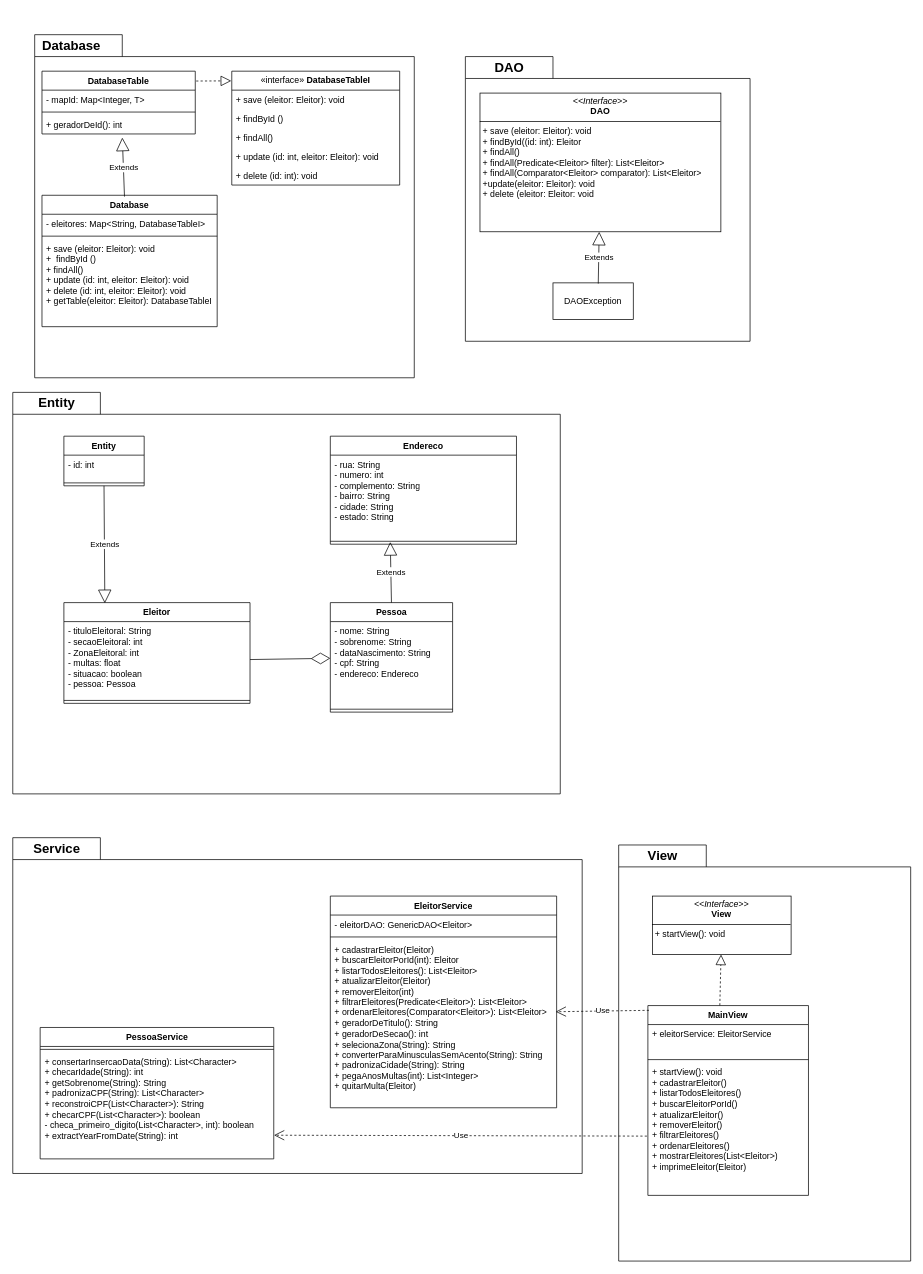
This is Diagrama sem nome.drawio from fseabra93/proj_final_LP2, a draw.io file, before an edit. Source tidied: cells renumbered, new cells numbered last; positions are measured from the earlier drawing's top-left corner, leaving out a move shared by most shapes. Both pictures are drawn from the tidied source at 73%, with x=0, y=0 at pixel (12, 34).
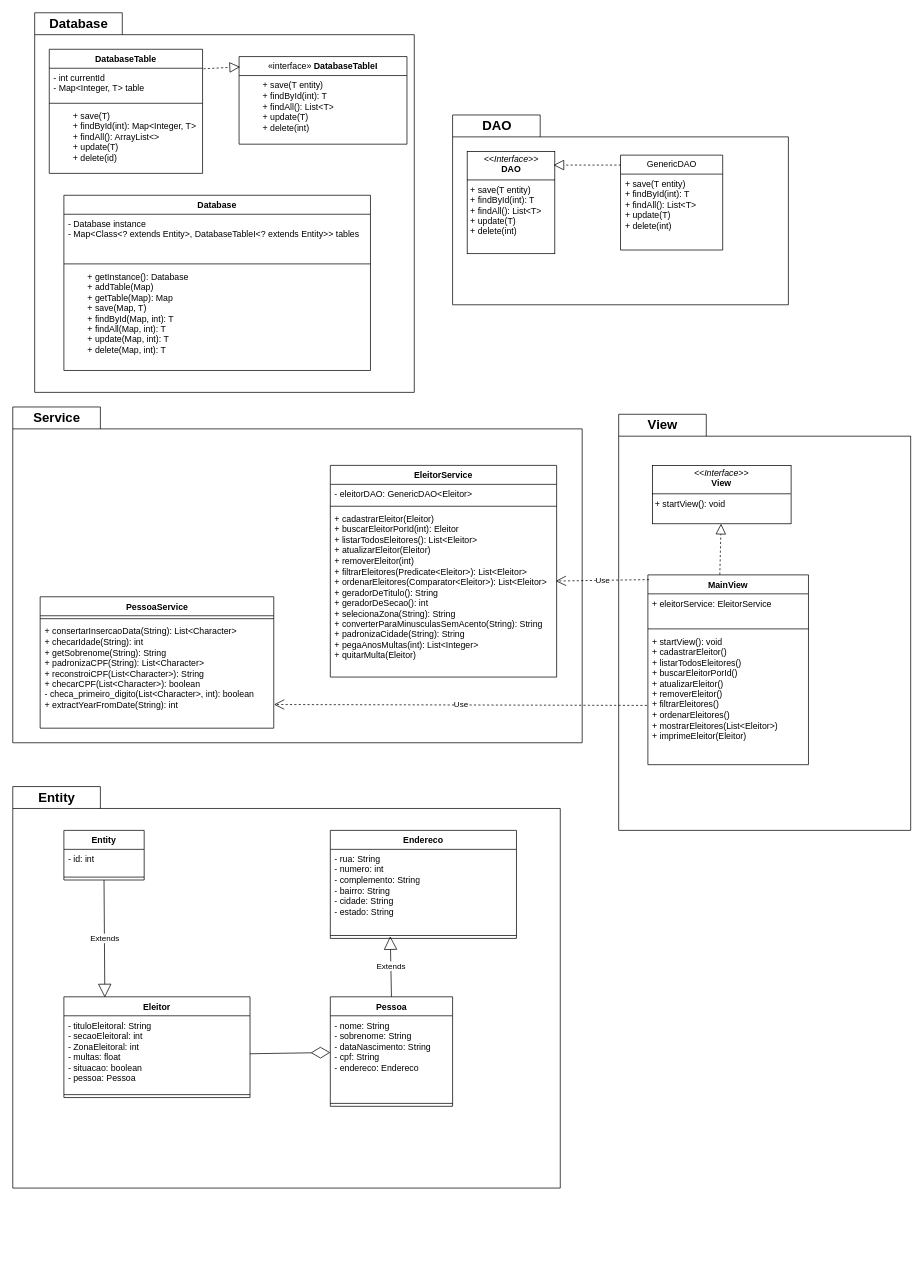
After the change.

Diff of the diagram source:
```diff
@@
     <mxCell id="2" style="shape=folder;fontStyle=1;spacingTop=10;tabWidth=120;tabHeight=30;tabPosition=left;html=1;whiteSpace=wrap;" parent="1" vertex="1">
-      <mxGeometry y="490" width="750" height="550" as="geometry" />
+      <mxGeometry y="1030" width="750" height="550" as="geometry" />
     </mxCell>
     <mxCell id="3" value="Entity" style="text;align=center;fontStyle=1;verticalAlign=middle;spacingLeft=3;spacingRight=3;strokeColor=none;html=1;fontSize=18;" parent="1" vertex="1">
-      <mxGeometry y="490" width="120" height="30" as="geometry" />
+      <mxGeometry y="1030" width="120" height="30" as="geometry" />
     </mxCell>
     <mxCell id="4" value="Entity" style="swimlane;fontStyle=1;align=center;verticalAlign=top;horizontal=1;startSize=26;whiteSpace=wrap;html=1;" parent="1" vertex="1">
-      <mxGeometry x="70" y="550" width="110" height="68" as="geometry" />
+      <mxGeometry x="70" y="1090" width="110" height="68" as="geometry" />
     </mxCell>
@@
     <mxCell id="8" style="shape=folder;fontStyle=1;spacingTop=10;tabWidth=120;tabHeight=30;tabPosition=left;html=1;whiteSpace=wrap;" parent="1" vertex="1">
-      <mxGeometry x="30" width="520" height="470" as="geometry" />
+      <mxGeometry x="30" y="-30" width="520" height="520" as="geometry" />
     </mxCell>
     <mxCell id="9" value="Database" style="text;align=center;fontStyle=1;verticalAlign=middle;spacingLeft=3;spacingRight=3;strokeColor=none;html=1;fontSize=18;" parent="1" vertex="1">
-      <mxGeometry x="20" width="120" height="30" as="geometry" />
+      <mxGeometry x="30" y="-30" width="120" height="30" as="geometry" />
     </mxCell>
     <mxCell id="10" value="«interface»&amp;nbsp;&lt;b&gt;DatabaseTableI&lt;/b&gt;" style="swimlane;fontStyle=0;horizontal=1;startSize=26;fillColor=none;whiteSpace=wrap;html=1;" parent="1" vertex="1">
-      <mxGeometry x="300" y="50" width="230" height="156" as="geometry" />
+      <mxGeometry x="310" y="30" width="230" height="120" as="geometry" />
     </mxCell>
-    <mxCell id="11" value="+ save (eleitor: Eleitor): void&amp;nbsp;" style="text;strokeColor=none;fillColor=none;align=left;verticalAlign=top;spacingLeft=4;spacingRight=4;overflow=hidden;whiteSpace=wrap;html=1;" parent="10" vertex="1">
-      <mxGeometry y="26" width="230" height="26" as="geometry" />
+    <mxCell id="11" value="&lt;div&gt;&amp;nbsp; &amp;nbsp; &amp;nbsp; &amp;nbsp; + save(T entity)&lt;/div&gt;&lt;div&gt;&amp;nbsp; &amp;nbsp; &amp;nbsp; &amp;nbsp; + findById(int): T&lt;/div&gt;&lt;div&gt;&amp;nbsp; &amp;nbsp; &amp;nbsp; &amp;nbsp; + findAll(): List&amp;lt;T&amp;gt;&lt;/div&gt;&lt;div&gt;&amp;nbsp; &amp;nbsp; &amp;nbsp; &amp;nbsp; + update(T)&lt;/div&gt;&lt;div&gt;&amp;nbsp; &amp;nbsp; &amp;nbsp; &amp;nbsp; + delete(int)&lt;/div&gt;" style="text;strokeColor=none;fillColor=none;align=left;verticalAlign=top;spacingLeft=4;spacingRight=4;overflow=hidden;whiteSpace=wrap;html=1;" parent="10" vertex="1">
+      <mxGeometry y="26" width="230" height="94" as="geometry" />
     </mxCell>
-    <mxCell id="12" value="+ findById ()" style="text;strokeColor=none;fillColor=none;align=left;verticalAlign=top;spacingLeft=4;spacingRight=4;overflow=hidden;whiteSpace=wrap;html=1;" parent="10" vertex="1">
-      <mxGeometry y="52" width="230" height="26" as="geometry" />
-    </mxCell>
-    <mxCell id="13" value="+ findAll()" style="text;strokeColor=none;fillColor=none;align=left;verticalAlign=top;spacingLeft=4;spacingRight=4;overflow=hidden;whiteSpace=wrap;html=1;" parent="10" vertex="1">
-      <mxGeometry y="78" width="230" height="26" as="geometry" />
-    </mxCell>
-    <mxCell id="14" value="+ update (id: int, eleitor: Eleitor): void" style="text;strokeColor=none;fillColor=none;align=left;verticalAlign=top;spacingLeft=4;spacingRight=4;overflow=hidden;whiteSpace=wrap;html=1;" parent="10" vertex="1">
-      <mxGeometry y="104" width="230" height="26" as="geometry" />
-    </mxCell>
-    <mxCell id="15" value="+ delete (id: int): void" style="text;strokeColor=none;fillColor=none;align=left;verticalAlign=top;spacingLeft=4;spacingRight=4;overflow=hidden;whiteSpace=wrap;html=1;" parent="10" vertex="1">
-      <mxGeometry y="130" width="230" height="26" as="geometry" />
-    </mxCell>
     <mxCell id="16" value="DatabaseTable" style="swimlane;fontStyle=1;align=center;verticalAlign=top;horizontal=1;startSize=26;whiteSpace=wrap;html=1;" parent="1" vertex="1">
-      <mxGeometry x="40" y="50" width="210" height="86" as="geometry" />
+      <mxGeometry x="50" y="20" width="210" height="170" as="geometry" />
     </mxCell>
-    <mxCell id="17" value="- mapId: Map&amp;lt;Integer, T&amp;gt;" style="text;strokeColor=none;fillColor=none;align=left;verticalAlign=top;spacingLeft=4;spacingRight=4;overflow=hidden;whiteSpace=wrap;html=1;" parent="16" vertex="1">
-      <mxGeometry y="26" width="210" height="26" as="geometry" />
+    <mxCell id="17" value="&lt;div&gt;- int currentId&lt;/div&gt;&lt;div&gt;- Map&amp;lt;Integer, T&amp;gt; table&lt;/div&gt;" style="text;strokeColor=none;fillColor=none;align=left;verticalAlign=top;spacingLeft=4;spacingRight=4;overflow=hidden;whiteSpace=wrap;html=1;" parent="16" vertex="1">
+      <mxGeometry y="26" width="210" height="44" as="geometry" />
     </mxCell>
     <mxCell id="18" style="line;strokeWidth=1;fillColor=none;align=left;verticalAlign=middle;spacingTop=-1;spacingLeft=3;spacingRight=3;labelPosition=right;strokeColor=inherit;" parent="16" vertex="1">
-      <mxGeometry y="52" width="210" height="8" as="geometry" />
+      <mxGeometry y="70" width="210" height="8" as="geometry" />
     </mxCell>
-    <mxCell id="19" value="+ geradorDeId(): int" style="text;strokeColor=none;fillColor=none;align=left;verticalAlign=top;spacingLeft=4;spacingRight=4;overflow=hidden;points=[[0,0.5],[1,0.5]];portConstraint=eastwest;whiteSpace=wrap;html=1;" parent="16" vertex="1">
-      <mxGeometry y="60" width="210" height="26" as="geometry" />
+    <mxCell id="19" value="&lt;div&gt;&amp;nbsp; &amp;nbsp; &amp;nbsp; &amp;nbsp; + save(T)&lt;/div&gt;&lt;div&gt;&amp;nbsp; &amp;nbsp; &amp;nbsp; &amp;nbsp; + findById(int): Map&amp;lt;Integer, T&amp;gt;&lt;/div&gt;&lt;div&gt;&amp;nbsp; &amp;nbsp; &amp;nbsp; &amp;nbsp; + findAll(): ArrayList&amp;lt;&amp;gt;&lt;/div&gt;&lt;div&gt;&amp;nbsp; &amp;nbsp; &amp;nbsp; &amp;nbsp; + update(T)&lt;/div&gt;&lt;div&gt;&amp;nbsp; &amp;nbsp; &amp;nbsp; &amp;nbsp; + delete(id)&lt;/div&gt;" style="text;strokeColor=none;fillColor=none;align=left;verticalAlign=top;spacingLeft=4;spacingRight=4;overflow=hidden;points=[[0,0.5],[1,0.5]];portConstraint=eastwest;whiteSpace=wrap;html=1;" parent="16" vertex="1">
+      <mxGeometry y="78" width="210" height="92" as="geometry" />
     </mxCell>
-    <mxCell id="20" style="endArrow=block;dashed=1;endFill=0;endSize=12;html=1;rounded=0;exitX=1.006;exitY=0.157;exitDx=0;exitDy=0;exitPerimeter=0;entryX=-0.003;entryY=0.085;entryDx=0;entryDy=0;entryPerimeter=0;" parent="1" edge="1" source="16" target="10">
+    <mxCell id="20" style="endArrow=block;dashed=1;endFill=0;endSize=12;html=1;rounded=0;exitX=1.006;exitY=0.157;exitDx=0;exitDy=0;exitPerimeter=0;entryX=0.006;entryY=0.118;entryDx=0;entryDy=0;entryPerimeter=0;" parent="1" edge="1" source="16" target="10">
       <mxGeometry relative="1" as="geometry" />
     </mxCell>
     <mxCell id="21" value="Database" style="swimlane;fontStyle=1;align=center;verticalAlign=top;horizontal=1;startSize=26;whiteSpace=wrap;html=1;" parent="1" vertex="1">
-      <mxGeometry x="40" y="220" width="240" height="180" as="geometry" />
+      <mxGeometry x="70" y="220" width="420" height="240" as="geometry" />
     </mxCell>
-    <mxCell id="22" value="- eleitores: Map&amp;lt;String, DatabaseTableI&amp;gt;" style="text;strokeColor=none;fillColor=none;align=left;verticalAlign=top;spacingLeft=4;spacingRight=4;overflow=hidden;whiteSpace=wrap;html=1;" parent="21" vertex="1">
-      <mxGeometry y="26" width="240" height="26" as="geometry" />
+    <mxCell id="22" value="- Database instance&lt;div&gt;- Map&amp;lt;Class&amp;lt;? extends Entity&amp;gt;, DatabaseTableI&amp;lt;? extends Entity&amp;gt;&amp;gt; tables&lt;br&gt;&lt;/div&gt;" style="text;strokeColor=none;fillColor=none;align=left;verticalAlign=top;spacingLeft=4;spacingRight=4;overflow=hidden;whiteSpace=wrap;html=1;" parent="21" vertex="1">
+      <mxGeometry y="26" width="420" height="64" as="geometry" />
     </mxCell>
     <mxCell id="23" style="line;strokeWidth=1;fillColor=none;align=left;verticalAlign=middle;spacingTop=-1;spacingLeft=3;spacingRight=3;labelPosition=right;strokeColor=inherit;" parent="21" vertex="1">
-      <mxGeometry y="52" width="240" height="8" as="geometry" />
+      <mxGeometry y="90" width="420" height="8" as="geometry" />
     </mxCell>
-    <mxCell id="24" value="+ save (eleitor: Eleitor): void&lt;div&gt;+&amp;nbsp;&lt;span style=&quot;background-color: initial;&quot;&gt;&amp;nbsp;findById ()&lt;/span&gt;&lt;/div&gt;&lt;div&gt;&lt;span style=&quot;background-color: initial;&quot;&gt;+ findAll()&lt;/span&gt;&lt;br&gt;&lt;/div&gt;&lt;div&gt;&lt;span style=&quot;background-color: initial;&quot;&gt;+ update &lt;/span&gt;&lt;span style=&quot;background-color: initial;&quot;&gt;(id: int, eleitor: Eleitor): void&lt;/span&gt;&lt;br&gt;&lt;/div&gt;&lt;div&gt;&lt;span style=&quot;background-color: initial;&quot;&gt;+&lt;/span&gt;&lt;span style=&quot;background-color: initial;&quot;&gt;&amp;nbsp;delete (&lt;/span&gt;&lt;span style=&quot;background-color: initial;&quot;&gt;id: int, eleitor: Eleitor&lt;/span&gt;&lt;span style=&quot;background-color: initial;&quot;&gt;): void&lt;/span&gt;&lt;br&gt;&lt;/div&gt;&lt;div&gt;&lt;span style=&quot;background-color: initial;&quot;&gt;+ getTable(eleitor: Eleitor): DatabaseTableI&lt;/span&gt;&lt;br&gt;&lt;/div&gt;" style="text;strokeColor=none;fillColor=none;align=left;verticalAlign=top;spacingLeft=4;spacingRight=4;overflow=hidden;whiteSpace=wrap;html=1;" parent="21" vertex="1">
-      <mxGeometry y="60" width="240" height="120" as="geometry" />
+    <mxCell id="24" value="&lt;div&gt;&lt;div&gt;&amp;nbsp; &amp;nbsp; &amp;nbsp; &amp;nbsp; + getInstance(): Database&lt;/div&gt;&lt;div&gt;&amp;nbsp; &amp;nbsp; &amp;nbsp; &amp;nbsp; + addTable(Map)&lt;/div&gt;&lt;div&gt;&amp;nbsp; &amp;nbsp; &amp;nbsp; &amp;nbsp; + getTable(Map): Map&lt;/div&gt;&lt;div&gt;&amp;nbsp; &amp;nbsp; &amp;nbsp; &amp;nbsp; + save(Map, T)&lt;/div&gt;&lt;div&gt;&amp;nbsp; &amp;nbsp; &amp;nbsp; &amp;nbsp; + findById(Map, int): T&lt;/div&gt;&lt;div&gt;&amp;nbsp; &amp;nbsp; &amp;nbsp; &amp;nbsp; + findAll(Map, int): T&lt;/div&gt;&lt;div&gt;&amp;nbsp; &amp;nbsp; &amp;nbsp; &amp;nbsp; + update(Map, int): T&lt;/div&gt;&lt;div&gt;&amp;nbsp; &amp;nbsp; &amp;nbsp; &amp;nbsp; + delete(Map, int): T&lt;/div&gt;&lt;/div&gt;" style="text;strokeColor=none;fillColor=none;align=left;verticalAlign=top;spacingLeft=4;spacingRight=4;overflow=hidden;whiteSpace=wrap;html=1;" parent="21" vertex="1">
+      <mxGeometry y="98" width="420" height="142" as="geometry" />
     </mxCell>
-    <mxCell id="25" value="Extends" style="endArrow=block;endSize=16;endFill=0;html=1;rounded=0;exitX=0.471;exitY=0.01;exitDx=0;exitDy=0;entryX=0.524;entryY=1.192;entryDx=0;entryDy=0;exitPerimeter=0;entryPerimeter=0;" parent="1" edge="1" source="21" target="19">
-      <mxGeometry relative="1" as="geometry" />
-    </mxCell>
     <mxCell id="26" style="shape=folder;fontStyle=1;spacingTop=10;tabWidth=120;tabHeight=30;tabPosition=left;html=1;whiteSpace=wrap;" parent="1" vertex="1">
-      <mxGeometry x="620" y="30" width="390" height="390" as="geometry" />
+      <mxGeometry x="602.5" y="110" width="460" height="260" as="geometry" />
     </mxCell>
     <mxCell id="27" value="DAO" style="text;align=center;fontStyle=1;verticalAlign=middle;spacingLeft=3;spacingRight=3;strokeColor=none;html=1;fontSize=18;" parent="1" vertex="1">
-      <mxGeometry x="620" y="30" width="120" height="30" as="geometry" />
+      <mxGeometry x="602.5" y="110" width="120" height="30" as="geometry" />
     </mxCell>
-    <mxCell id="28" value="&lt;p style=&quot;margin:0px;margin-top:4px;text-align:center;&quot;&gt;&lt;i&gt;&amp;lt;&amp;lt;Interface&amp;gt;&amp;gt;&lt;/i&gt;&lt;br&gt;&lt;b&gt;DAO&lt;/b&gt;&lt;/p&gt;&lt;hr size=&quot;1&quot; style=&quot;border-style:solid;&quot;&gt;&lt;p style=&quot;margin:0px;margin-left:4px;&quot;&gt;+ save (eleitor: Eleitor): void&lt;/p&gt;&lt;p style=&quot;margin:0px;margin-left:4px;&quot;&gt;+ findById((id: int): Eleitor&lt;/p&gt;&lt;p style=&quot;margin:0px;margin-left:4px;&quot;&gt;&lt;span style=&quot;background-color: initial;&quot;&gt;+ findAll()&lt;/span&gt;&lt;br&gt;&lt;/p&gt;&lt;p style=&quot;margin:0px;margin-left:4px;&quot;&gt;&lt;span style=&quot;background-color: initial;&quot;&gt;+ findAll(Predicate&amp;lt;Eleitor&amp;gt; filter): List&amp;lt;Eleitor&amp;gt;&lt;/span&gt;&lt;/p&gt;&lt;p style=&quot;margin: 0px 0px 0px 4px;&quot;&gt;+ findAll(Comparator&amp;lt;Eleitor&amp;gt; comparator): List&amp;lt;Eleitor&amp;gt;&lt;br&gt;&lt;/p&gt;&lt;p style=&quot;margin: 0px 0px 0px 4px;&quot;&gt;&lt;span style=&quot;background-color: initial;&quot;&gt;+update(eleitor: Eleitor): void&lt;/span&gt;&lt;br&gt;&lt;/p&gt;&lt;p style=&quot;margin:0px;margin-left:4px;&quot;&gt;&lt;span style=&quot;background-color: initial;&quot;&gt;+ delete (eleitor: Eleitor: void&lt;/span&gt;&lt;br&gt;&lt;/p&gt;" style="verticalAlign=top;align=left;overflow=fill;html=1;whiteSpace=wrap;" parent="1" vertex="1">
-      <mxGeometry x="640" y="80" width="330" height="190" as="geometry" />
+    <mxCell id="28" value="&lt;p style=&quot;margin:0px;margin-top:4px;text-align:center;&quot;&gt;&lt;i&gt;&amp;lt;&amp;lt;Interface&amp;gt;&amp;gt;&lt;/i&gt;&lt;br&gt;&lt;b&gt;DAO&lt;/b&gt;&lt;/p&gt;&lt;hr size=&quot;1&quot; style=&quot;border-style:solid;&quot;&gt;&lt;p style=&quot;margin:0px;margin-left:4px;&quot;&gt;+ save(T entity)&lt;/p&gt;&lt;p style=&quot;margin:0px;margin-left:4px;&quot;&gt;+ findById(int): T&lt;/p&gt;&lt;p style=&quot;margin:0px;margin-left:4px;&quot;&gt;+ findAll(): List&amp;lt;T&amp;gt;&lt;/p&gt;&lt;p style=&quot;margin:0px;margin-left:4px;&quot;&gt;+ update(T)&lt;/p&gt;&lt;p style=&quot;margin:0px;margin-left:4px;&quot;&gt;+ delete(int)&lt;/p&gt;" style="verticalAlign=top;align=left;overflow=fill;html=1;whiteSpace=wrap;" parent="1" vertex="1">
+      <mxGeometry x="622.5" y="160" width="120" height="140" as="geometry" />
     </mxCell>
-    <mxCell id="29" value="DAOException" style="html=1;whiteSpace=wrap;" parent="1" vertex="1">
-      <mxGeometry x="740" y="340" width="110" height="50" as="geometry" />
-    </mxCell>
-    <mxCell id="30" value="Extends" style="endArrow=block;endSize=16;endFill=0;html=1;rounded=0;exitX=0.564;exitY=0.02;exitDx=0;exitDy=0;exitPerimeter=0;" parent="1" edge="1" source="29" target="28">
-      <mxGeometry relative="1" as="geometry" />
-    </mxCell>
     <mxCell id="31" style="shape=folder;fontStyle=1;spacingTop=10;tabWidth=120;tabHeight=30;tabPosition=left;html=1;whiteSpace=wrap;" parent="1" vertex="1">
-      <mxGeometry x="830" y="1110" width="400" height="570" as="geometry" />
+      <mxGeometry x="830" y="520" width="400" height="570" as="geometry" />
     </mxCell>
     <mxCell id="32" value="View" style="text;align=center;fontStyle=1;verticalAlign=middle;spacingLeft=3;spacingRight=3;strokeColor=none;html=1;fontSize=18;" parent="1" vertex="1">
-      <mxGeometry x="830" y="1110" width="120" height="30" as="geometry" />
+      <mxGeometry x="830" y="520" width="120" height="30" as="geometry" />
     </mxCell>
     <mxCell id="33" value="&lt;p style=&quot;margin:0px;margin-top:4px;text-align:center;&quot;&gt;&lt;i&gt;&amp;lt;&amp;lt;Interface&amp;gt;&amp;gt;&lt;/i&gt;&lt;br&gt;&lt;b&gt;View&lt;/b&gt;&lt;/p&gt;&lt;hr size=&quot;1&quot; style=&quot;border-style:solid;&quot;&gt;&lt;p style=&quot;margin:0px;margin-left:4px;&quot;&gt;+ startView(): void&lt;br&gt;&lt;br&gt;&lt;/p&gt;" style="verticalAlign=top;align=left;overflow=fill;html=1;whiteSpace=wrap;" parent="1" vertex="1">
-      <mxGeometry x="876.2" y="1180" width="190" height="80" as="geometry" />
+      <mxGeometry x="876.2" y="590" width="190" height="80" as="geometry" />
     </mxCell>
     <mxCell id="34" value="MainView" style="swimlane;fontStyle=1;align=center;verticalAlign=top;horizontal=1;startSize=26;whiteSpace=wrap;html=1;" parent="1" vertex="1">
-      <mxGeometry x="870" y="1330" width="220" height="260" as="geometry" />
+      <mxGeometry x="870" y="740" width="220" height="260" as="geometry" />
     </mxCell>
@@
     <mxCell id="38" style="shape=folder;fontStyle=1;spacingTop=10;tabWidth=120;tabHeight=30;tabPosition=left;html=1;whiteSpace=wrap;" parent="1" vertex="1">
-      <mxGeometry y="1100" width="780" height="460" as="geometry" />
+      <mxGeometry y="510" width="780" height="460" as="geometry" />
     </mxCell>
     <mxCell id="39" value="Service" style="text;align=center;fontStyle=1;verticalAlign=middle;spacingLeft=3;spacingRight=3;strokeColor=none;html=1;fontSize=18;" parent="1" vertex="1">
-      <mxGeometry y="1100" width="120" height="30" as="geometry" />
+      <mxGeometry y="510" width="120" height="30" as="geometry" />
     </mxCell>
     <mxCell id="40" value="Eleitor" style="swimlane;fontStyle=1;align=center;verticalAlign=top;horizontal=1;startSize=26;whiteSpace=wrap;html=1;" parent="1" vertex="1">
-      <mxGeometry x="70" y="778" width="255" height="138" as="geometry" />
+      <mxGeometry x="70" y="1318" width="255" height="138" as="geometry" />
     </mxCell>
@@
     <mxCell id="43" value="Pessoa" style="swimlane;fontStyle=1;align=center;verticalAlign=top;horizontal=1;startSize=26;whiteSpace=wrap;html=1;" parent="1" vertex="1">
-      <mxGeometry x="435" y="778" width="167.5" height="150" as="geometry" />
+      <mxGeometry x="435" y="1318" width="167.5" height="150" as="geometry" />
     </mxCell>
@@
     <mxCell id="46" value="Endereco" style="swimlane;fontStyle=1;align=center;verticalAlign=top;horizontal=1;startSize=26;whiteSpace=wrap;html=1;" parent="1" vertex="1">
-      <mxGeometry x="435" y="550" width="255" height="148" as="geometry" />
+      <mxGeometry x="435" y="1090" width="255" height="148" as="geometry" />
     </mxCell>
@@
     <mxCell id="53" value="EleitorService" style="swimlane;fontStyle=1;align=center;verticalAlign=top;horizontal=1;startSize=26;whiteSpace=wrap;html=1;" parent="1" vertex="1">
-      <mxGeometry x="435" y="1180" width="310" height="290" as="geometry" />
+      <mxGeometry x="435" y="590" width="310" height="290" as="geometry" />
     </mxCell>
@@
     <mxCell id="57" value="PessoaService" style="swimlane;fontStyle=1;align=center;verticalAlign=top;horizontal=1;startSize=26;whiteSpace=wrap;html=1;" parent="1" vertex="1">
-      <mxGeometry x="37.5" y="1360" width="320" height="180" as="geometry" />
+      <mxGeometry x="37.5" y="770" width="320" height="180" as="geometry" />
     </mxCell>
@@
+    <mxCell id="62" value="GenericDAO" style="swimlane;fontStyle=0;horizontal=1;startSize=26;fillColor=none;whiteSpace=wrap;html=1;" parent="1" vertex="1">
+      <mxGeometry x="832.5" y="165" width="140" height="130" as="geometry" />
+    </mxCell>
+    <mxCell id="63" value="&lt;div&gt;+ save(T entity)&lt;/div&gt;&lt;div&gt;+ findById(int): T&lt;/div&gt;&lt;div&gt;+ findAll(): List&amp;lt;T&amp;gt;&lt;/div&gt;&lt;div&gt;+ update(T)&lt;/div&gt;&lt;div&gt;+ delete(int)&lt;/div&gt;" style="text;strokeColor=none;fillColor=none;align=left;verticalAlign=top;spacingLeft=4;spacingRight=4;overflow=hidden;whiteSpace=wrap;html=1;" parent="62" vertex="1">
+      <mxGeometry y="26" width="140" height="104" as="geometry" />
+    </mxCell>
+    <mxCell id="64" style="endArrow=block;dashed=1;endFill=0;endSize=12;html=1;rounded=0;exitX=0.004;exitY=0.105;exitDx=0;exitDy=0;exitPerimeter=0;entryX=0.985;entryY=0.133;entryDx=0;entryDy=0;entryPerimeter=0;" parent="1" edge="1" source="62" target="28">
+      <mxGeometry relative="1" as="geometry" />
+    </mxCell>
```
